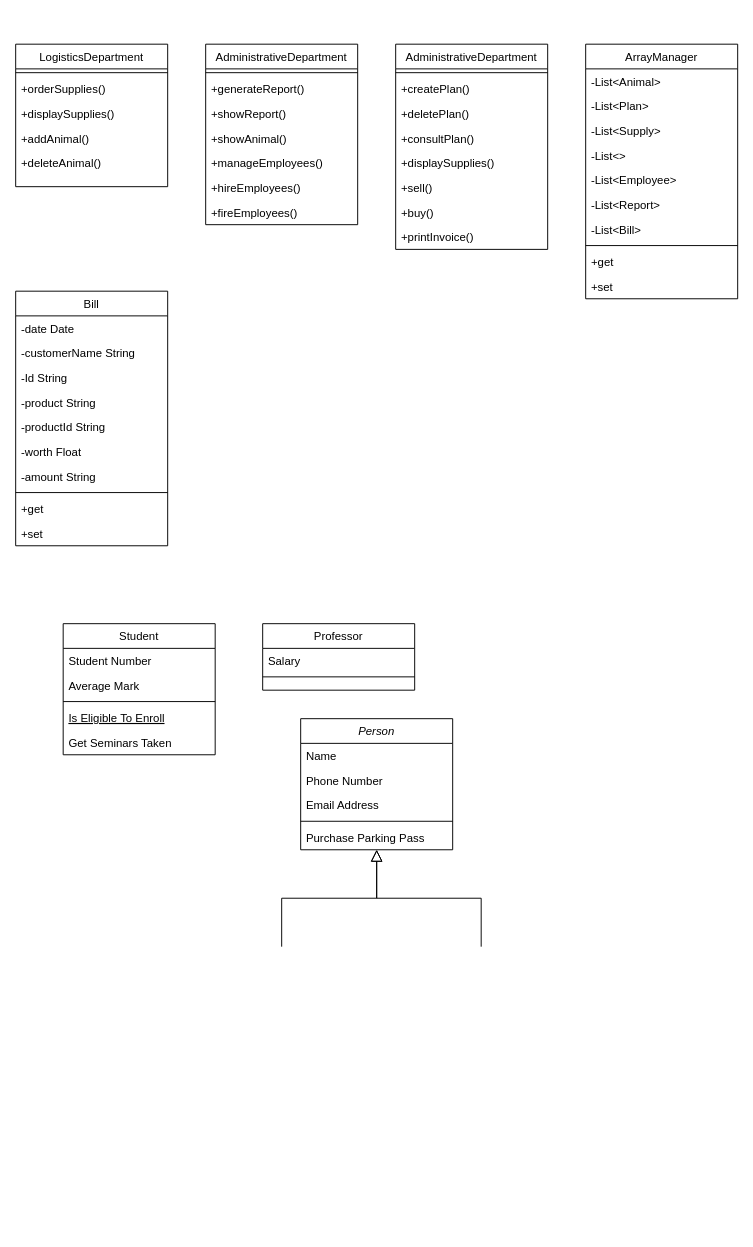
This is Diagrama sin título.drawio from jhongarciap/Diagrama-de-clases-zoologico, a draw.io file, before an edit. Source tidied: cells renumbered, new cells numbered last; positions are measured from the earlier drawing's top-left corner, leaving out a move shared by most shapes. Both pictures are drawn from the tidied source at 95%, with x=0, y=0 at pixel (15, 44).
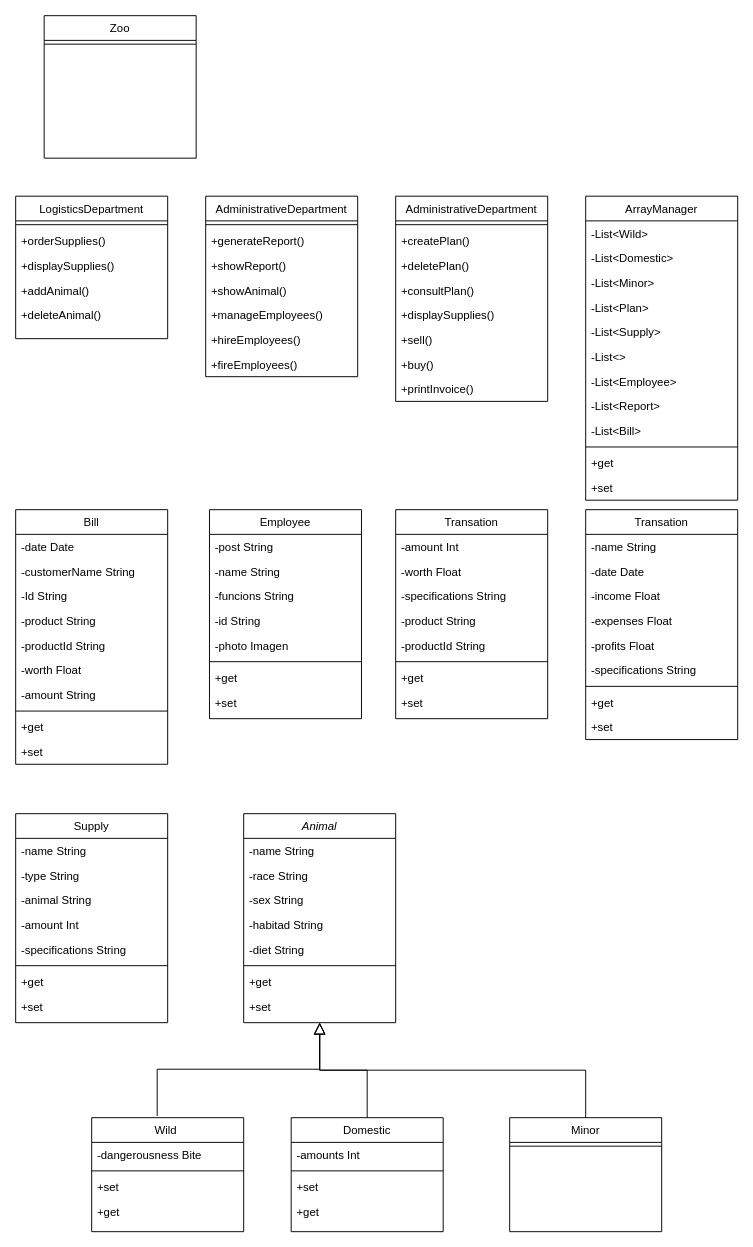
Above is the later version.

Change to the diagram source:
```diff
@@
-    <mxCell id="2" value="Person" style="swimlane;fontStyle=2;align=center;verticalAlign=top;horizontal=1;startSize=26;rounded=0;shadow=0;strokeWidth=1;" parent="1" vertex="1">
-      <mxGeometry x="300" y="710" width="160" height="138" as="geometry" />
+    <mxCell id="2" value="Animal" style="swimlane;fontStyle=2;align=center;verticalAlign=top;horizontal=1;startSize=26;rounded=0;shadow=0;strokeWidth=1;" parent="1" vertex="1">
+      <mxGeometry x="240" y="810" width="160" height="220" as="geometry" />
     </mxCell>
-    <mxCell id="3" value="Name" style="text;align=left;verticalAlign=top;spacingLeft=4;spacingRight=4;overflow=hidden;" parent="2" vertex="1">
+    <mxCell id="3" value="-name String" style="text;align=left;verticalAlign=top;spacingLeft=4;spacingRight=4;overflow=hidden;" parent="2" vertex="1">
       <mxGeometry y="26" width="160" height="26" as="geometry" />
     </mxCell>
-    <mxCell id="4" value="Phone Number" style="text;align=left;verticalAlign=top;spacingLeft=4;spacingRight=4;overflow=hidden;rounded=0;shadow=0;html=0;" parent="2" vertex="1">
+    <mxCell id="4" value="-race String" style="text;align=left;verticalAlign=top;spacingLeft=4;spacingRight=4;overflow=hidden;rounded=0;shadow=0;html=0;" parent="2" vertex="1">
       <mxGeometry y="52" width="160" height="26" as="geometry" />
     </mxCell>
-    <mxCell id="5" value="Email Address" style="text;align=left;verticalAlign=top;spacingLeft=4;spacingRight=4;overflow=hidden;rounded=0;shadow=0;html=0;" parent="2" vertex="1">
+    <mxCell id="5" value="-sex String" style="text;align=left;verticalAlign=top;spacingLeft=4;spacingRight=4;overflow=hidden;rounded=0;shadow=0;html=0;" parent="2" vertex="1">
       <mxGeometry y="78" width="160" height="26" as="geometry" />
     </mxCell>
+    <mxCell id="64" value="-habitad String" style="text;align=left;verticalAlign=top;spacingLeft=4;spacingRight=4;overflow=hidden;rounded=0;shadow=0;html=0;" parent="2" vertex="1">
+      <mxGeometry y="104" width="160" height="26" as="geometry" />
+    </mxCell>
+    <mxCell id="65" value="-diet String" style="text;align=left;verticalAlign=top;spacingLeft=4;spacingRight=4;overflow=hidden;rounded=0;shadow=0;html=0;" parent="2" vertex="1">
+      <mxGeometry y="130" width="160" height="26" as="geometry" />
+    </mxCell>
     <mxCell id="6" style="line;html=1;strokeWidth=1;align=left;verticalAlign=middle;spacingTop=-1;spacingLeft=3;spacingRight=3;labelPosition=right;" parent="2" vertex="1">
-      <mxGeometry y="104" width="160" height="8" as="geometry" />
+      <mxGeometry y="156" width="160" height="8" as="geometry" />
     </mxCell>
-    <mxCell id="7" value="Purchase Parking Pass" style="text;align=left;verticalAlign=top;spacingLeft=4;spacingRight=4;overflow=hidden;" parent="2" vertex="1">
-      <mxGeometry y="112" width="160" height="26" as="geometry" />
+    <mxCell id="7" value="+get" style="text;align=left;verticalAlign=top;spacingLeft=4;spacingRight=4;overflow=hidden;" parent="2" vertex="1">
+      <mxGeometry y="164" width="160" height="26" as="geometry" />
     </mxCell>
+    <mxCell id="66" value="+set" style="text;align=left;verticalAlign=top;spacingLeft=4;spacingRight=4;overflow=hidden;" parent="2" vertex="1">
+      <mxGeometry y="190" width="160" height="26" as="geometry" />
+    </mxCell>
-    <mxCell id="8" value="Student" style="swimlane;fontStyle=0;align=center;verticalAlign=top;horizontal=1;startSize=26;rounded=0;shadow=0;strokeWidth=1;" parent="1" vertex="1">
-      <mxGeometry x="50" y="610" width="160" height="138" as="geometry" />
+    <mxCell id="8" value="Domestic" style="swimlane;fontStyle=0;align=center;verticalAlign=top;horizontal=1;startSize=26;rounded=0;shadow=0;strokeWidth=1;" parent="1" vertex="1">
+      <mxGeometry x="290" y="1130" width="160" height="120" as="geometry" />
     </mxCell>
-    <mxCell id="9" value="Student Number" style="text;align=left;verticalAlign=top;spacingLeft=4;spacingRight=4;overflow=hidden;" parent="8" vertex="1">
+    <mxCell id="9" value="-amounts Int" style="text;align=left;verticalAlign=top;spacingLeft=4;spacingRight=4;overflow=hidden;" parent="8" vertex="1">
       <mxGeometry y="26" width="160" height="26" as="geometry" />
     </mxCell>
-    <mxCell id="10" value="Average Mark" style="text;align=left;verticalAlign=top;spacingLeft=4;spacingRight=4;overflow=hidden;rounded=0;shadow=0;html=0;" parent="8" vertex="1">
-      <mxGeometry y="52" width="160" height="26" as="geometry" />
-    </mxCell>
     <mxCell id="11" style="line;html=1;strokeWidth=1;align=left;verticalAlign=middle;spacingTop=-1;spacingLeft=3;spacingRight=3;labelPosition=right;" parent="8" vertex="1">
-      <mxGeometry y="78" width="160" height="8" as="geometry" />
+      <mxGeometry y="52" width="160" height="8" as="geometry" />
     </mxCell>
-    <mxCell id="12" value="Is Eligible To Enroll" style="text;align=left;verticalAlign=top;spacingLeft=4;spacingRight=4;overflow=hidden;fontStyle=4;" parent="8" vertex="1">
-      <mxGeometry y="86" width="160" height="26" as="geometry" />
-    </mxCell>
-    <mxCell id="13" value="Get Seminars Taken" style="text;align=left;verticalAlign=top;spacingLeft=4;spacingRight=4;overflow=hidden;" parent="8" vertex="1">
-      <mxGeometry y="112" width="160" height="26" as="geometry" />
-    </mxCell>
+    <mxCell id="67" value="+set" style="text;align=left;verticalAlign=top;spacingLeft=4;spacingRight=4;overflow=hidden;" parent="8" vertex="1">
+      <mxGeometry y="60" width="160" height="26" as="geometry" />
+    </mxCell>
+    <mxCell id="68" value="+get" style="text;align=left;verticalAlign=top;spacingLeft=4;spacingRight=4;overflow=hidden;" parent="8" vertex="1">
+      <mxGeometry y="86" width="160" height="26" as="geometry" />
+    </mxCell>
-    <mxCell id="14" style="endArrow=block;endSize=10;endFill=0;shadow=0;strokeWidth=1;rounded=0;edgeStyle=elbowEdgeStyle;elbow=vertical;" parent="1" edge="1" target="2">
-      <mxGeometry relative="1" as="geometry">
-        <mxPoint x="280" y="950" as="sourcePoint" />
-      </mxGeometry>
+    <mxCell id="14" style="endArrow=block;endSize=10;endFill=0;shadow=0;strokeWidth=1;rounded=0;edgeStyle=elbowEdgeStyle;elbow=vertical;exitX=0.431;exitY=-0.014;exitDx=0;exitDy=0;exitPerimeter=0;" parent="1" edge="1" source="15" target="2">
+      <mxGeometry relative="1" as="geometry" />
     </mxCell>
-    <mxCell id="15" value="Professor" style="swimlane;fontStyle=0;align=center;verticalAlign=top;horizontal=1;startSize=26;rounded=0;shadow=0;strokeWidth=1;" parent="1" vertex="1">
-      <mxGeometry x="260" y="610" width="160" height="70" as="geometry" />
+    <mxCell id="15" value="Wild " style="swimlane;fontStyle=0;align=center;verticalAlign=top;horizontal=1;startSize=26;rounded=0;shadow=0;strokeWidth=1;" parent="1" vertex="1">
+      <mxGeometry x="80" y="1130" width="160" height="120" as="geometry" />
     </mxCell>
-    <mxCell id="16" value="Salary" style="text;align=left;verticalAlign=top;spacingLeft=4;spacingRight=4;overflow=hidden;" parent="15" vertex="1">
+    <mxCell id="16" value="-dangerousness Bite" style="text;align=left;verticalAlign=top;spacingLeft=4;spacingRight=4;overflow=hidden;" parent="15" vertex="1">
       <mxGeometry y="26" width="160" height="26" as="geometry" />
     </mxCell>
@@
+    <mxCell id="69" value="+set" style="text;align=left;verticalAlign=top;spacingLeft=4;spacingRight=4;overflow=hidden;" parent="15" vertex="1">
+      <mxGeometry y="60" width="160" height="26" as="geometry" />
+    </mxCell>
+    <mxCell id="70" value="+get" style="text;align=left;verticalAlign=top;spacingLeft=4;spacingRight=4;overflow=hidden;" parent="15" vertex="1">
+      <mxGeometry y="86" width="160" height="26" as="geometry" />
+    </mxCell>
-    <mxCell id="18" style="endArrow=block;endSize=10;endFill=0;shadow=0;strokeWidth=1;rounded=0;edgeStyle=elbowEdgeStyle;elbow=vertical;" parent="1" edge="1" target="2">
-      <mxGeometry relative="1" as="geometry">
-        <mxPoint x="490" y="950" as="sourcePoint" />
-      </mxGeometry>
+    <mxCell id="18" style="endArrow=block;endSize=10;endFill=0;shadow=0;strokeWidth=1;rounded=0;edgeStyle=elbowEdgeStyle;elbow=vertical;exitX=0.5;exitY=0;exitDx=0;exitDy=0;" parent="1" edge="1" source="8" target="2">
+      <mxGeometry relative="1" as="geometry" />
     </mxCell>
     <mxCell id="19" value="LogisticsDepartment" style="swimlane;fontStyle=0;align=center;verticalAlign=top;horizontal=1;startSize=26;rounded=0;shadow=0;strokeWidth=1;" parent="1" vertex="1">
-      <mxGeometry width="160" height="150" as="geometry" />
+      <mxGeometry y="160" width="160" height="150" as="geometry" />
     </mxCell>
@@
     <mxCell id="25" value="AdministrativeDepartment" style="swimlane;fontStyle=0;align=center;verticalAlign=top;horizontal=1;startSize=26;rounded=0;shadow=0;strokeWidth=1;" parent="1" vertex="1">
-      <mxGeometry x="200" width="160" height="190" as="geometry" />
+      <mxGeometry x="200" y="160" width="160" height="190" as="geometry" />
     </mxCell>
@@
     <mxCell id="33" value="AdministrativeDepartment" style="swimlane;fontStyle=0;align=center;verticalAlign=top;horizontal=1;startSize=26;rounded=0;shadow=0;strokeWidth=1;" parent="1" vertex="1">
-      <mxGeometry x="400" width="160" height="216" as="geometry" />
+      <mxGeometry x="400" y="160" width="160" height="216" as="geometry" />
     </mxCell>
@@
     <mxCell id="42" value="ArrayManager" style="swimlane;fontStyle=0;align=center;verticalAlign=top;horizontal=1;startSize=26;rounded=0;shadow=0;strokeWidth=1;" parent="1" vertex="1">
-      <mxGeometry x="600" width="160" height="268" as="geometry" />
+      <mxGeometry x="600" y="160" width="160" height="320" as="geometry" />
     </mxCell>
-    <mxCell id="43" value="-List&lt;Animal&gt;" style="text;align=left;verticalAlign=top;spacingLeft=4;spacingRight=4;overflow=hidden;" parent="42" vertex="1">
+    <mxCell id="43" value="-List&lt;Wild&gt;" style="text;align=left;verticalAlign=top;spacingLeft=4;spacingRight=4;overflow=hidden;" parent="42" vertex="1">
       <mxGeometry y="26" width="160" height="26" as="geometry" />
     </mxCell>
+    <mxCell id="71" value="-List&lt;Domestic&gt;" style="text;align=left;verticalAlign=top;spacingLeft=4;spacingRight=4;overflow=hidden;" parent="42" vertex="1">
+      <mxGeometry y="52" width="160" height="26" as="geometry" />
+    </mxCell>
+    <mxCell id="72" value="-List&lt;Minor&gt;" style="text;align=left;verticalAlign=top;spacingLeft=4;spacingRight=4;overflow=hidden;" parent="42" vertex="1">
+      <mxGeometry y="78" width="160" height="26" as="geometry" />
+    </mxCell>
     <mxCell id="44" value="-List&lt;Plan&gt;" style="text;align=left;verticalAlign=top;spacingLeft=4;spacingRight=4;overflow=hidden;" parent="42" vertex="1">
-      <mxGeometry y="52" width="160" height="26" as="geometry" />
+      <mxGeometry y="104" width="160" height="26" as="geometry" />
     </mxCell>
     <mxCell id="45" value="-List&lt;Supply&gt;" style="text;align=left;verticalAlign=top;spacingLeft=4;spacingRight=4;overflow=hidden;" parent="42" vertex="1">
-      <mxGeometry y="78" width="160" height="26" as="geometry" />
+      <mxGeometry y="130" width="160" height="26" as="geometry" />
     </mxCell>
     <mxCell id="46" value="-List&lt;&gt;" style="text;align=left;verticalAlign=top;spacingLeft=4;spacingRight=4;overflow=hidden;" parent="42" vertex="1">
-      <mxGeometry y="104" width="160" height="26" as="geometry" />
+      <mxGeometry y="156" width="160" height="26" as="geometry" />
     </mxCell>
     <mxCell id="47" value="-List&lt;Employee&gt;" style="text;align=left;verticalAlign=top;spacingLeft=4;spacingRight=4;overflow=hidden;" parent="42" vertex="1">
-      <mxGeometry y="130" width="160" height="26" as="geometry" />
+      <mxGeometry y="182" width="160" height="26" as="geometry" />
     </mxCell>
     <mxCell id="48" value="-List&lt;Report&gt;" style="text;align=left;verticalAlign=top;spacingLeft=4;spacingRight=4;overflow=hidden;" parent="42" vertex="1">
-      <mxGeometry y="156" width="160" height="26" as="geometry" />
+      <mxGeometry y="208" width="160" height="26" as="geometry" />
     </mxCell>
     <mxCell id="49" value="-List&lt;Bill&gt;" style="text;align=left;verticalAlign=top;spacingLeft=4;spacingRight=4;overflow=hidden;" parent="42" vertex="1">
-      <mxGeometry y="182" width="160" height="26" as="geometry" />
+      <mxGeometry y="234" width="160" height="26" as="geometry" />
     </mxCell>
     <mxCell id="50" style="line;html=1;strokeWidth=1;align=left;verticalAlign=middle;spacingTop=-1;spacingLeft=3;spacingRight=3;labelPosition=right;" parent="42" vertex="1">
-      <mxGeometry y="208" width="160" height="8" as="geometry" />
+      <mxGeometry y="260" width="160" height="8" as="geometry" />
     </mxCell>
     <mxCell id="51" value="+get" style="text;align=left;verticalAlign=top;spacingLeft=4;spacingRight=4;overflow=hidden;" parent="42" vertex="1">
-      <mxGeometry y="216" width="160" height="26" as="geometry" />
+      <mxGeometry y="268" width="160" height="26" as="geometry" />
     </mxCell>
     <mxCell id="52" value="+set" style="text;align=left;verticalAlign=top;spacingLeft=4;spacingRight=4;overflow=hidden;" parent="42" vertex="1">
-      <mxGeometry y="242" width="160" height="26" as="geometry" />
+      <mxGeometry y="294" width="160" height="26" as="geometry" />
     </mxCell>
     <mxCell id="53" value="Bill" style="swimlane;fontStyle=0;align=center;verticalAlign=top;horizontal=1;startSize=26;rounded=0;shadow=0;strokeWidth=1;" parent="1" vertex="1">
-      <mxGeometry y="260" width="160" height="268" as="geometry" />
+      <mxGeometry y="490" width="160" height="268" as="geometry" />
     </mxCell>
@@
+    <mxCell id="73" value="Employee" style="swimlane;fontStyle=0;align=center;verticalAlign=top;horizontal=1;startSize=26;rounded=0;shadow=0;strokeWidth=1;" parent="1" vertex="1">
+      <mxGeometry x="204" y="490" width="160" height="220" as="geometry" />
+    </mxCell>
+    <mxCell id="74" value="-post String" style="text;align=left;verticalAlign=top;spacingLeft=4;spacingRight=4;overflow=hidden;" parent="73" vertex="1">
+      <mxGeometry y="26" width="160" height="26" as="geometry" />
+    </mxCell>
+    <mxCell id="75" value="-name String" style="text;align=left;verticalAlign=top;spacingLeft=4;spacingRight=4;overflow=hidden;" parent="73" vertex="1">
+      <mxGeometry y="52" width="160" height="26" as="geometry" />
+    </mxCell>
+    <mxCell id="76" value="-funcions String" style="text;align=left;verticalAlign=top;spacingLeft=4;spacingRight=4;overflow=hidden;" parent="73" vertex="1">
+      <mxGeometry y="78" width="160" height="26" as="geometry" />
+    </mxCell>
+    <mxCell id="77" value="-id String" style="text;align=left;verticalAlign=top;spacingLeft=4;spacingRight=4;overflow=hidden;" parent="73" vertex="1">
+      <mxGeometry y="104" width="160" height="26" as="geometry" />
+    </mxCell>
+    <mxCell id="78" value="-photo Imagen" style="text;align=left;verticalAlign=top;spacingLeft=4;spacingRight=4;overflow=hidden;" parent="73" vertex="1">
+      <mxGeometry y="130" width="160" height="26" as="geometry" />
+    </mxCell>
+    <mxCell id="79" style="line;html=1;strokeWidth=1;align=left;verticalAlign=middle;spacingTop=-1;spacingLeft=3;spacingRight=3;labelPosition=right;" parent="73" vertex="1">
+      <mxGeometry y="156" width="160" height="8" as="geometry" />
+    </mxCell>
+    <mxCell id="80" value="+get" style="text;align=left;verticalAlign=top;spacingLeft=4;spacingRight=4;overflow=hidden;" parent="73" vertex="1">
+      <mxGeometry y="164" width="160" height="26" as="geometry" />
+    </mxCell>
+    <mxCell id="81" value="+set" style="text;align=left;verticalAlign=top;spacingLeft=4;spacingRight=4;overflow=hidden;" parent="73" vertex="1">
+      <mxGeometry y="190" width="160" height="26" as="geometry" />
+    </mxCell>
+    <mxCell id="82" value="Transation" style="swimlane;fontStyle=0;align=center;verticalAlign=top;horizontal=1;startSize=26;rounded=0;shadow=0;strokeWidth=1;" parent="1" vertex="1">
+      <mxGeometry x="400" y="490" width="160" height="220" as="geometry" />
+    </mxCell>
+    <mxCell id="83" value="-amount Int " style="text;align=left;verticalAlign=top;spacingLeft=4;spacingRight=4;overflow=hidden;" parent="82" vertex="1">
+      <mxGeometry y="26" width="160" height="26" as="geometry" />
+    </mxCell>
+    <mxCell id="84" value="-worth Float" style="text;align=left;verticalAlign=top;spacingLeft=4;spacingRight=4;overflow=hidden;" parent="82" vertex="1">
+      <mxGeometry y="52" width="160" height="26" as="geometry" />
+    </mxCell>
+    <mxCell id="85" value="-specifications String" style="text;align=left;verticalAlign=top;spacingLeft=4;spacingRight=4;overflow=hidden;" parent="82" vertex="1">
+      <mxGeometry y="78" width="160" height="26" as="geometry" />
+    </mxCell>
+    <mxCell id="86" value="-product String" style="text;align=left;verticalAlign=top;spacingLeft=4;spacingRight=4;overflow=hidden;" parent="82" vertex="1">
+      <mxGeometry y="104" width="160" height="26" as="geometry" />
+    </mxCell>
+    <mxCell id="87" value="-productId String" style="text;align=left;verticalAlign=top;spacingLeft=4;spacingRight=4;overflow=hidden;" parent="82" vertex="1">
+      <mxGeometry y="130" width="160" height="26" as="geometry" />
+    </mxCell>
+    <mxCell id="88" style="line;html=1;strokeWidth=1;align=left;verticalAlign=middle;spacingTop=-1;spacingLeft=3;spacingRight=3;labelPosition=right;" parent="82" vertex="1">
+      <mxGeometry y="156" width="160" height="8" as="geometry" />
+    </mxCell>
+    <mxCell id="89" value="+get" style="text;align=left;verticalAlign=top;spacingLeft=4;spacingRight=4;overflow=hidden;" parent="82" vertex="1">
+      <mxGeometry y="164" width="160" height="26" as="geometry" />
+    </mxCell>
+    <mxCell id="90" value="+set" style="text;align=left;verticalAlign=top;spacingLeft=4;spacingRight=4;overflow=hidden;" parent="82" vertex="1">
+      <mxGeometry y="190" width="160" height="26" as="geometry" />
+    </mxCell>
+    <mxCell id="91" value="Transation" style="swimlane;fontStyle=0;align=center;verticalAlign=top;horizontal=1;startSize=26;rounded=0;shadow=0;strokeWidth=1;" parent="1" vertex="1">
+      <mxGeometry x="600" y="490" width="160" height="242" as="geometry" />
+    </mxCell>
+    <mxCell id="92" value="-name String" style="text;align=left;verticalAlign=top;spacingLeft=4;spacingRight=4;overflow=hidden;" parent="91" vertex="1">
+      <mxGeometry y="26" width="160" height="26" as="geometry" />
+    </mxCell>
+    <mxCell id="93" value="-date Date " style="text;align=left;verticalAlign=top;spacingLeft=4;spacingRight=4;overflow=hidden;" parent="91" vertex="1">
+      <mxGeometry y="52" width="160" height="26" as="geometry" />
+    </mxCell>
+    <mxCell id="94" value="-income Float" style="text;align=left;verticalAlign=top;spacingLeft=4;spacingRight=4;overflow=hidden;" parent="91" vertex="1">
+      <mxGeometry y="78" width="160" height="26" as="geometry" />
+    </mxCell>
+    <mxCell id="95" value="-expenses Float" style="text;align=left;verticalAlign=top;spacingLeft=4;spacingRight=4;overflow=hidden;" parent="91" vertex="1">
+      <mxGeometry y="104" width="160" height="26" as="geometry" />
+    </mxCell>
+    <mxCell id="96" value="-profits Float" style="text;align=left;verticalAlign=top;spacingLeft=4;spacingRight=4;overflow=hidden;" parent="91" vertex="1">
+      <mxGeometry y="130" width="160" height="26" as="geometry" />
+    </mxCell>
+    <mxCell id="97" value="-specifications String" style="text;align=left;verticalAlign=top;spacingLeft=4;spacingRight=4;overflow=hidden;" parent="91" vertex="1">
+      <mxGeometry y="156" width="160" height="26" as="geometry" />
+    </mxCell>
+    <mxCell id="98" style="line;html=1;strokeWidth=1;align=left;verticalAlign=middle;spacingTop=-1;spacingLeft=3;spacingRight=3;labelPosition=right;" parent="91" vertex="1">
+      <mxGeometry y="182" width="160" height="8" as="geometry" />
+    </mxCell>
+    <mxCell id="99" value="+get" style="text;align=left;verticalAlign=top;spacingLeft=4;spacingRight=4;overflow=hidden;" parent="91" vertex="1">
+      <mxGeometry y="190" width="160" height="26" as="geometry" />
+    </mxCell>
+    <mxCell id="100" value="+set" style="text;align=left;verticalAlign=top;spacingLeft=4;spacingRight=4;overflow=hidden;" parent="91" vertex="1">
+      <mxGeometry y="216" width="160" height="26" as="geometry" />
+    </mxCell>
+    <mxCell id="101" value="Supply" style="swimlane;fontStyle=0;align=center;verticalAlign=top;horizontal=1;startSize=26;rounded=0;shadow=0;strokeWidth=1;" parent="1" vertex="1">
+      <mxGeometry y="810" width="160" height="220" as="geometry" />
+    </mxCell>
+    <mxCell id="102" value="-name String" style="text;align=left;verticalAlign=top;spacingLeft=4;spacingRight=4;overflow=hidden;" parent="101" vertex="1">
+      <mxGeometry y="26" width="160" height="26" as="geometry" />
+    </mxCell>
+    <mxCell id="103" value="-type String    " style="text;align=left;verticalAlign=top;spacingLeft=4;spacingRight=4;overflow=hidden;" parent="101" vertex="1">
+      <mxGeometry y="52" width="160" height="26" as="geometry" />
+    </mxCell>
+    <mxCell id="104" value="-animal String" style="text;align=left;verticalAlign=top;spacingLeft=4;spacingRight=4;overflow=hidden;" parent="101" vertex="1">
+      <mxGeometry y="78" width="160" height="26" as="geometry" />
+    </mxCell>
+    <mxCell id="105" value="-amount Int" style="text;align=left;verticalAlign=top;spacingLeft=4;spacingRight=4;overflow=hidden;" parent="101" vertex="1">
+      <mxGeometry y="104" width="160" height="26" as="geometry" />
+    </mxCell>
+    <mxCell id="106" value="-specifications String " style="text;align=left;verticalAlign=top;spacingLeft=4;spacingRight=4;overflow=hidden;" parent="101" vertex="1">
+      <mxGeometry y="130" width="160" height="26" as="geometry" />
+    </mxCell>
+    <mxCell id="107" style="line;html=1;strokeWidth=1;align=left;verticalAlign=middle;spacingTop=-1;spacingLeft=3;spacingRight=3;labelPosition=right;" parent="101" vertex="1">
+      <mxGeometry y="156" width="160" height="8" as="geometry" />
+    </mxCell>
+    <mxCell id="108" value="+get" style="text;align=left;verticalAlign=top;spacingLeft=4;spacingRight=4;overflow=hidden;" parent="101" vertex="1">
+      <mxGeometry y="164" width="160" height="26" as="geometry" />
+    </mxCell>
+    <mxCell id="109" value="+set" style="text;align=left;verticalAlign=top;spacingLeft=4;spacingRight=4;overflow=hidden;" parent="101" vertex="1">
+      <mxGeometry y="190" width="160" height="26" as="geometry" />
+    </mxCell>
+    <mxCell id="110" value="Minor" style="swimlane;fontStyle=0;align=center;verticalAlign=top;horizontal=1;startSize=26;rounded=0;shadow=0;strokeWidth=1;" parent="1" vertex="1">
+      <mxGeometry x="520" y="1130" width="160" height="120" as="geometry" />
+    </mxCell>
+    <mxCell id="111" style="line;html=1;strokeWidth=1;align=left;verticalAlign=middle;spacingTop=-1;spacingLeft=3;spacingRight=3;labelPosition=right;" parent="110" vertex="1">
+      <mxGeometry y="26" width="160" height="8" as="geometry" />
+    </mxCell>
+    <mxCell id="112" style="endArrow=block;endSize=10;endFill=0;shadow=0;strokeWidth=1;rounded=0;edgeStyle=elbowEdgeStyle;elbow=vertical;exitX=0.5;exitY=0;exitDx=0;exitDy=0;" parent="1" edge="1" source="110">
+      <mxGeometry relative="1" as="geometry">
+        <mxPoint x="320" y="1030" as="targetPoint" />
+      </mxGeometry>
+    </mxCell>
+    <mxCell id="113" value="Zoo" style="swimlane;fontStyle=0;align=center;verticalAlign=top;horizontal=1;startSize=26;rounded=0;shadow=0;strokeWidth=1;" parent="1" vertex="1">
+      <mxGeometry x="30" y="-30" width="160" height="150" as="geometry" />
+    </mxCell>
+    <mxCell id="114" style="line;html=1;strokeWidth=1;align=left;verticalAlign=middle;spacingTop=-1;spacingLeft=3;spacingRight=3;labelPosition=right;" parent="113" vertex="1">
+      <mxGeometry y="26" width="160" height="8" as="geometry" />
+    </mxCell>
```
